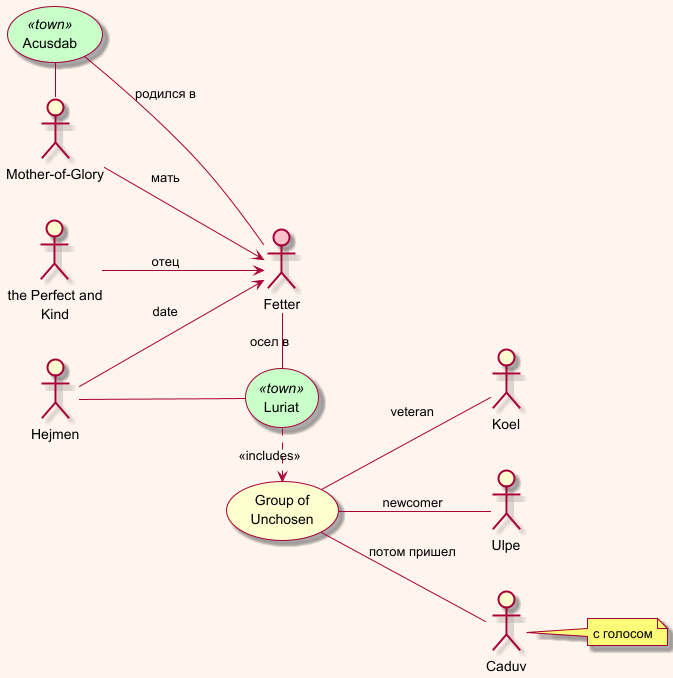
Earlier version of the PlantUML export The Saint of Bright Doors/The Saint of Bright Doors.png (olek3/reading).
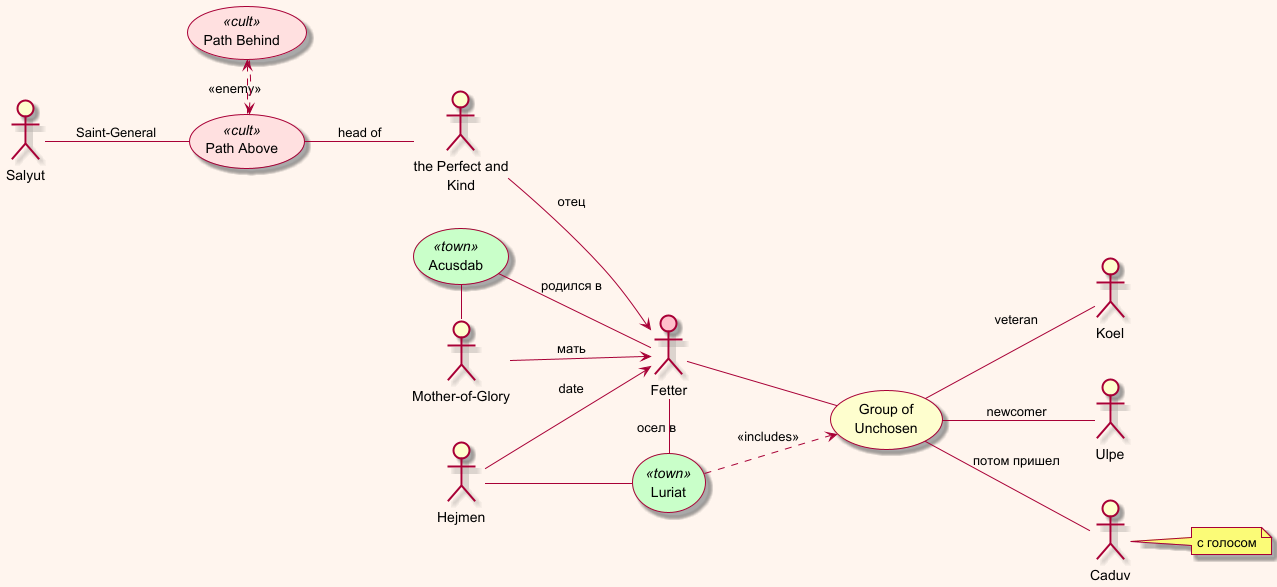
The same diagram one commit later.

Commit message:
Салют и косметика

What changed in the source:
```diff
@@ -5,6 +5,7 @@
 skinparam wrapwidth 100
 left to right direction
 skinparam usecase<<town>>backgroundcolor technology
+skinparam usecase<<cult>>backgroundcolor implementation
 
 
 :Fetter: as fetter #pink
@@ -33,7 +34,9 @@
 
 (Group of Unchosen) as group
 
-luriat .> group : <<includes>>
+fetter -- group
+
+luriat ..> group : <<includes>>
 
 :Koel:
 :Ulpe:
@@ -47,4 +50,14 @@
 note "с голосом"  as caduvNote
 :Caduv: .. caduvNote
 
+
+(Path Above) as above <<cult>>
+(Path Behind) as behind <<cult>>
+above .> behind : <<enemy>>
+behind .> above
+
+above -- father : head of
+
+Salyut -- above : Saint-General
+
 @enduml
```
